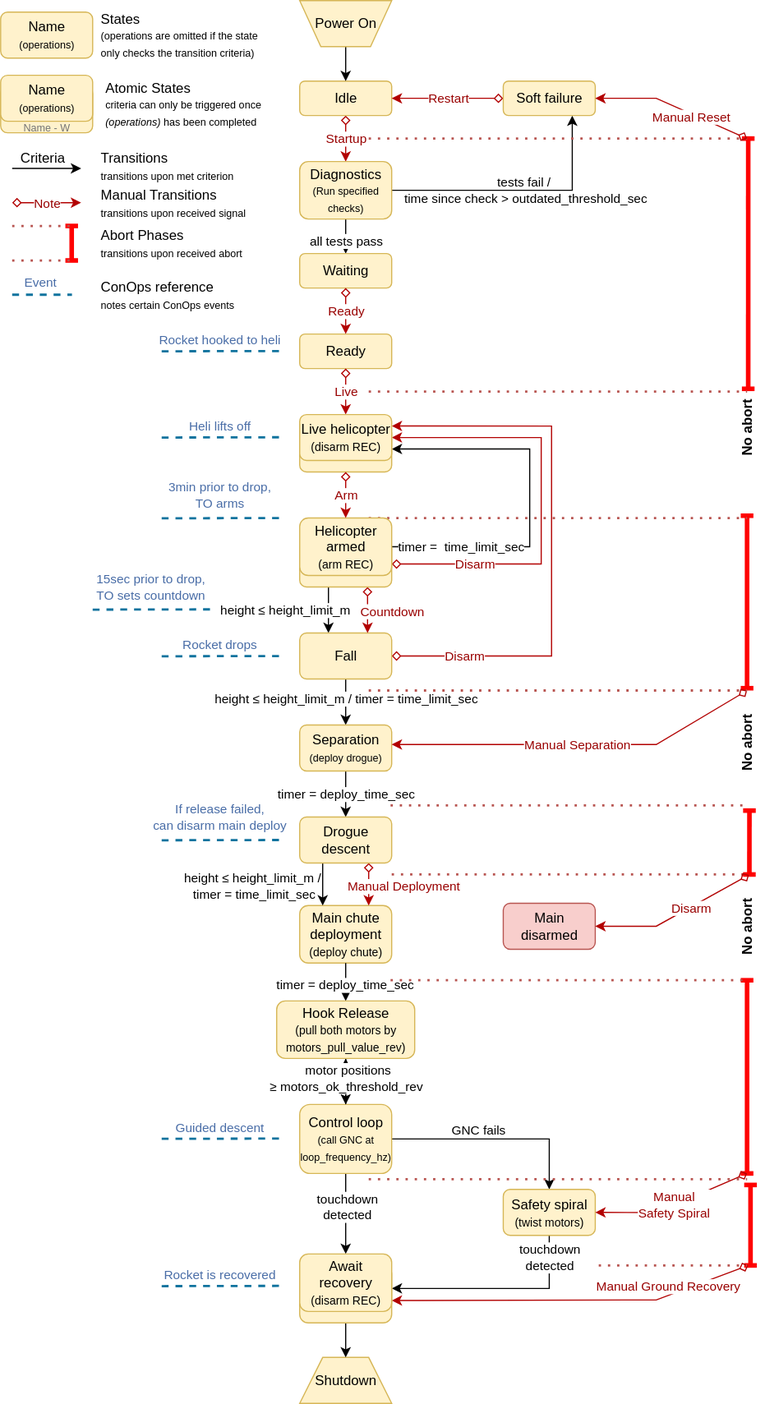
aris-space/asteria-remote-computers keeps this draw.io diagram as state-machines/separation-drop-test-state-machine.drawio.svg. Above is the earlier version. Source tidied: cells renumbered, new cells last; positions are measured from the earlier drawing's top-left corner, leaving out a move shared by most shapes.
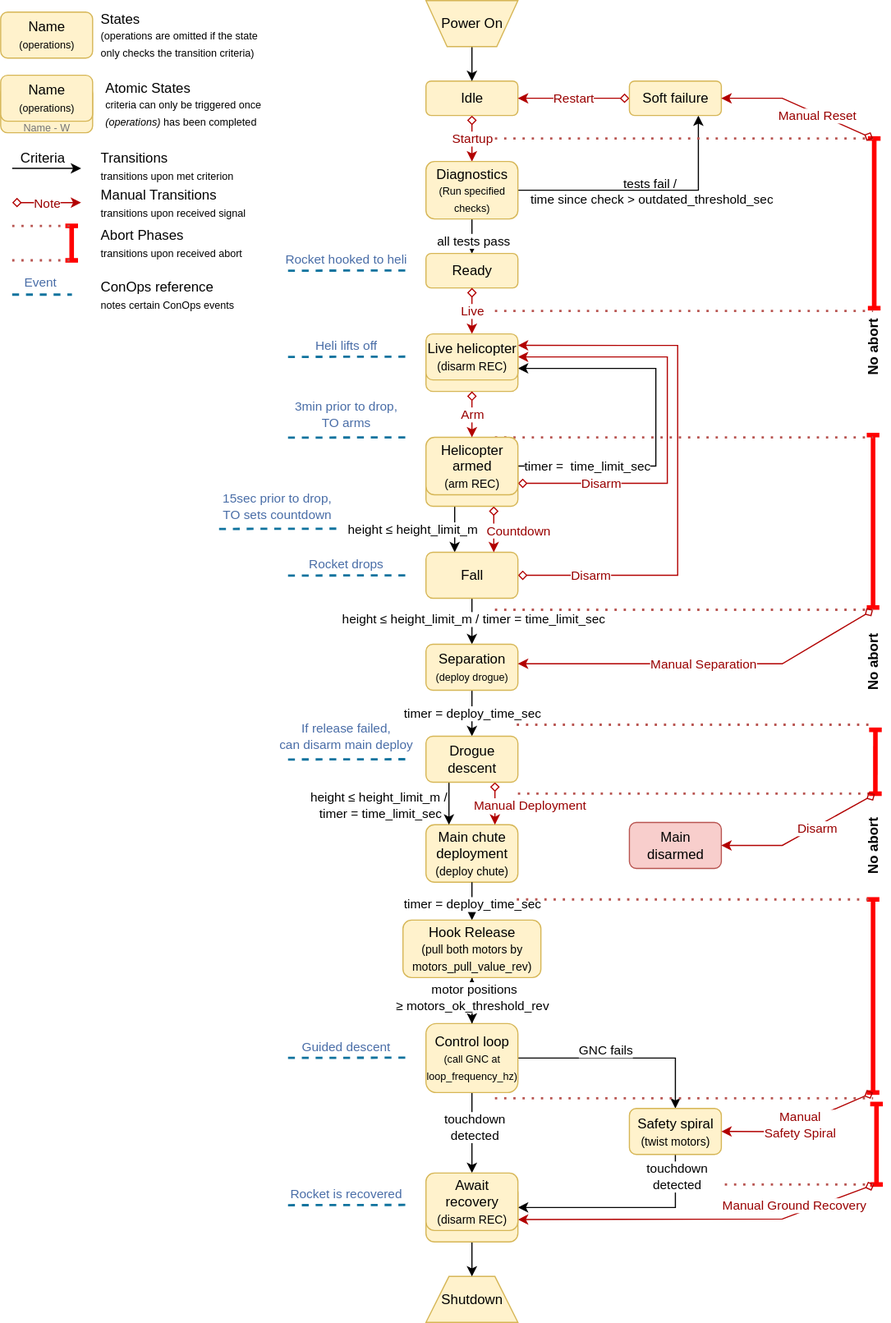
The same file after the commit.

Commit message:
Remove the unnecessary Waiting state from the state machine diagram

Diff of the diagram source:
```diff
@@ -9,16 +9,18 @@
       <mxGeometry relative="1" as="geometry" />
     </mxCell>
     <mxCell id="4" value="Idle" style="rounded=1;whiteSpace=wrap;html=1;fillColor=#fff2cc;strokeColor=#d6b656;" parent="1" vertex="1">
-      <mxGeometry x="260" y="70" width="80" height="30" as="geometry" />
+      <mxGeometry x="260" y="140" width="80" height="30" as="geometry" />
     </mxCell>
     <mxCell id="5" style="edgeStyle=orthogonalEdgeStyle;rounded=0;jettySize=auto;html=1;" parent="1" edge="1" source="6" target="4">
       <mxGeometry relative="1" as="geometry" />
     </mxCell>
     <mxCell id="6" value="Power On" style="verticalLabelPosition=middle;verticalAlign=middle;html=1;shape=trapezoid;perimeter=trapezoidPerimeter;whiteSpace=wrap;size=0.23;arcSize=10;flipV=1;labelPosition=center;align=center;fillColor=#fff2cc;strokeColor=#d6b656;" parent="1" vertex="1">
-      <mxGeometry x="260" width="80" height="40" as="geometry" />
+      <mxGeometry x="260" y="70" width="80" height="40" as="geometry" />
     </mxCell>
-    <mxCell id="7" style="edgeStyle=orthogonalEdgeStyle;rounded=0;jettySize=auto;html=1;entryX=0.5;entryY=0;entryDx=0;entryDy=0;" parent="1" edge="1" source="11" target="12">
-      <mxGeometry relative="1" as="geometry" />
+    <mxCell id="7" style="edgeStyle=orthogonalEdgeStyle;rounded=0;jettySize=auto;html=1;entryX=0.5;entryY=0;entryDx=0;entryDy=0;" parent="1" edge="1" source="11">
+      <mxGeometry relative="1" as="geometry">
+        <mxPoint x="300" y="290" as="targetPoint" />
+      </mxGeometry>
     </mxCell>
     <mxCell id="8" value="all tests pass" style="edgeLabel;html=1;align=center;verticalAlign=middle;" parent="7" vertex="1">
       <mxGeometry x="-0.13" relative="1" as="geometry" />
@@ -26,7 +28,7 @@
     <mxCell id="9" style="edgeStyle=orthogonalEdgeStyle;rounded=0;jettySize=auto;html=1;entryX=0.75;entryY=1;entryDx=0;entryDy=0;exitX=1;exitY=0.5;exitDx=0;exitDy=0;" parent="1" edge="1" source="11" target="14">
       <mxGeometry relative="1" as="geometry">
         <Array as="points">
-          <mxPoint x="497" y="165" />
+          <mxPoint x="497" y="235" />
         </Array>
       </mxGeometry>
     </mxCell>
@@ -36,16 +38,13 @@
       </mxGeometry>
     </mxCell>
     <mxCell id="11" value="&lt;font&gt;Diagnostics&lt;/font&gt;&lt;div&gt;&lt;font style=&quot;font-size: 9px;&quot;&gt;(Run specified checks)&lt;br&gt;&lt;/font&gt;&lt;/div&gt;" style="rounded=1;whiteSpace=wrap;html=1;fillColor=#fff2cc;strokeColor=#d6b656;" parent="1" vertex="1">
-      <mxGeometry x="260" y="140" width="80" height="50" as="geometry" />
+      <mxGeometry x="260" y="210" width="80" height="50" as="geometry" />
     </mxCell>
-    <mxCell id="12" value="Waiting" style="rounded=1;whiteSpace=wrap;html=1;fillColor=#fff2cc;strokeColor=#d6b656;" parent="1" vertex="1">
-      <mxGeometry x="260" y="220" width="80" height="30" as="geometry" />
-    </mxCell>
     <mxCell id="13" value="&lt;font color=&quot;#990000&quot;&gt;Restart&lt;/font&gt;" style="rounded=0;jettySize=auto;html=1;strokeWidth=1;shadow=0;flowAnimation=0;strokeColor=#B20000;jumpStyle=none;jumpSize=5;startArrow=diamond;startFill=0;fillColor=#e51400;align=center;verticalAlign=middle;fontFamily=Helvetica;fontSize=11;fontColor=default;labelBackgroundColor=default;endArrow=classic;gradientColor=none;" parent="1" edge="1" source="14" target="4">
       <mxGeometry relative="1" as="geometry" />
     </mxCell>
     <mxCell id="14" value="Soft failure" style="rounded=1;whiteSpace=wrap;html=1;fillColor=#fff2cc;strokeColor=#d6b656;" parent="1" vertex="1">
-      <mxGeometry x="437" y="70" width="80" height="30" as="geometry" />
+      <mxGeometry x="437" y="140" width="80" height="30" as="geometry" />
     </mxCell>
     <mxCell id="15" style="edgeStyle=orthogonalEdgeStyle;rounded=0;orthogonalLoop=1;jettySize=auto;html=1;entryX=0.5;entryY=0;entryDx=0;entryDy=0;" parent="1" edge="1">
       <mxGeometry relative="1" as="geometry">
@@ -229,15 +228,15 @@
     </mxCell>
     <mxCell id="47" style="endArrow=baseDash;html=1;rounded=0;startArrow=baseDash;startFill=0;endFill=0;fillColor=#f8cecc;strokeColor=#FF0000;strokeWidth=4;exitX=0.855;exitY=0.533;exitDx=0;exitDy=0;exitPerimeter=0;" parent="1" edge="1" source="51">
       <mxGeometry relative="1" as="geometry">
-        <mxPoint x="650" y="120" as="targetPoint" />
+        <mxPoint x="650" y="190" as="targetPoint" />
       </mxGeometry>
     </mxCell>
     <mxCell id="48" style="endArrow=none;dashed=1;html=1;dashPattern=1 3;strokeWidth=2;rounded=0;fillColor=#f8cecc;strokeColor=#b85450;" parent="1" edge="1">
       <mxGeometry relative="1" as="geometry">
-        <mxPoint x="320" y="120" as="sourcePoint" />
-        <mxPoint x="649" y="120" as="targetPoint" />
+        <mxPoint x="320" y="190" as="sourcePoint" />
+        <mxPoint x="649" y="190" as="targetPoint" />
         <Array as="points">
-          <mxPoint x="539" y="120" />
+          <mxPoint x="539" y="190" />
         </Array>
       </mxGeometry>
     </mxCell>
@@ -252,9 +251,9 @@
     </mxCell>
     <mxCell id="50" value="&lt;font color=&quot;#990000&quot;&gt;Manual Reset&lt;/font&gt;" style="endArrow=classic;html=1;rounded=0;entryX=1;entryY=0.5;entryDx=0;entryDy=0;shadow=0;strokeColor=#B20000;strokeWidth=1;align=center;verticalAlign=middle;fontFamily=Helvetica;fontSize=11;fontColor=default;labelBackgroundColor=default;jumpStyle=none;jumpSize=5;startArrow=diamond;startFill=0;flowAnimation=0;fillColor=#e51400;" parent="1" edge="1" target="14">
       <mxGeometry x="-0.24" y="2" relative="1" as="geometry">
-        <mxPoint x="649" y="120" as="sourcePoint" />
+        <mxPoint x="649" y="190" as="sourcePoint" />
         <Array as="points">
-          <mxPoint x="570" y="85" />
+          <mxPoint x="570" y="155" />
         </Array>
       </mxGeometry>
     </mxCell>
@@ -408,69 +407,69 @@
     </mxCell>
     <mxCell id="77" value="&lt;font color=&quot;#990000&quot;&gt;Note&lt;/font&gt;" style="rounded=0;orthogonalLoop=1;jettySize=auto;html=1;strokeWidth=1;shadow=0;flowAnimation=0;strokeColor=#B20000;jumpStyle=none;jumpSize=5;startArrow=diamond;startFill=0;fillColor=#e51400;" parent="1" edge="1">
       <mxGeometry relative="1" as="geometry">
-        <mxPoint x="10" y="175.8" as="sourcePoint" />
-        <mxPoint x="70" y="175.8" as="targetPoint" />
+        <mxPoint x="-100" y="245.8" as="sourcePoint" />
+        <mxPoint x="-40" y="245.8" as="targetPoint" />
       </mxGeometry>
     </mxCell>
     <mxCell id="78" value="Manual Transitions&lt;div&gt;&lt;font style=&quot;font-size: 9px;&quot;&gt;transitions upon received signal&lt;/font&gt;&lt;/div&gt;" style="text;html=1;align=left;verticalAlign=middle;whiteSpace=wrap;rounded=0;" parent="1" vertex="1">
-      <mxGeometry x="85" y="161" width="145" height="30" as="geometry" />
+      <mxGeometry x="-25" y="231" width="145" height="30" as="geometry" />
     </mxCell>
     <mxCell id="79" style="endArrow=baseDash;html=1;rounded=0;startArrow=baseDash;startFill=0;endFill=0;fillColor=#f8cecc;strokeColor=#FF0000;strokeWidth=4;" parent="1" edge="1">
       <mxGeometry relative="1" as="geometry">
-        <mxPoint x="61.8" y="226" as="sourcePoint" />
-        <mxPoint x="61.8" y="196" as="targetPoint" />
+        <mxPoint x="-48.2" y="296" as="sourcePoint" />
+        <mxPoint x="-48.2" y="266" as="targetPoint" />
       </mxGeometry>
     </mxCell>
     <mxCell id="80" value="Abort Phases&lt;div&gt;&lt;font style=&quot;font-size: 9px;&quot;&gt;transitions upon received abort&lt;/font&gt;&lt;/div&gt;" style="text;html=1;align=left;verticalAlign=middle;whiteSpace=wrap;rounded=0;" parent="1" vertex="1">
-      <mxGeometry x="85" y="196" width="140" height="30" as="geometry" />
+      <mxGeometry x="-25" y="266" width="140" height="30" as="geometry" />
     </mxCell>
     <mxCell id="81" value="Name&lt;div&gt;&lt;font style=&quot;font-size: 9px;&quot;&gt;(operations)&lt;/font&gt;&lt;/div&gt;" style="rounded=1;whiteSpace=wrap;html=1;fillColor=#fff2cc;strokeColor=#d6b656;" parent="1" vertex="1">
-      <mxGeometry y="10" width="80" height="40" as="geometry" />
+      <mxGeometry x="-110" y="80" width="80" height="40" as="geometry" />
     </mxCell>
     <mxCell id="82" value="States&lt;div&gt;&lt;font style=&quot;font-size: 9px;&quot;&gt;(operations are omitted if the state only checks the transition criteria)&lt;/font&gt;&lt;/div&gt;" style="text;html=1;align=left;verticalAlign=middle;whiteSpace=wrap;rounded=0;" parent="1" vertex="1">
-      <mxGeometry x="85" width="140" height="60" as="geometry" />
+      <mxGeometry x="-25" y="70" width="140" height="60" as="geometry" />
     </mxCell>
     <mxCell id="83" style="rounded=0;orthogonalLoop=1;jettySize=auto;html=1;strokeWidth=1;shadow=0;flowAnimation=0;strokeColor=default;jumpStyle=none;jumpSize=5;startArrow=none;startFill=0;fillColor=#e51400;align=center;verticalAlign=middle;fontFamily=Helvetica;fontSize=11;fontColor=default;labelBackgroundColor=default;endArrow=classic;" parent="1" edge="1">
       <mxGeometry relative="1" as="geometry">
-        <mxPoint x="10" y="146" as="sourcePoint" />
-        <mxPoint x="70" y="146" as="targetPoint" />
+        <mxPoint x="-100" y="216" as="sourcePoint" />
+        <mxPoint x="-40" y="216" as="targetPoint" />
       </mxGeometry>
     </mxCell>
     <mxCell id="84" value="Transitions&lt;div&gt;&lt;font style=&quot;font-size: 9px;&quot;&gt;&lt;font style=&quot;&quot;&gt;transitions upon met&amp;nbsp;&lt;/font&gt;&lt;span style=&quot;background-color: transparent;&quot;&gt;&lt;font style=&quot;&quot;&gt;criterion&lt;/font&gt;&lt;/span&gt;&lt;/font&gt;&lt;/div&gt;" style="text;html=1;align=left;verticalAlign=middle;whiteSpace=wrap;rounded=0;" parent="1" vertex="1">
-      <mxGeometry x="85" y="129" width="145" height="30" as="geometry" />
+      <mxGeometry x="-25" y="199" width="145" height="30" as="geometry" />
     </mxCell>
     <mxCell id="85" value="Criteria" style="text;html=1;align=center;verticalAlign=middle;strokeColor=none;fillColor=none;" parent="1" vertex="1">
-      <mxGeometry x="6" y="122" width="60" height="30" as="geometry" />
+      <mxGeometry x="-104" y="192" width="60" height="30" as="geometry" />
     </mxCell>
     <mxCell id="86" style="endArrow=none;dashed=1;html=1;dashPattern=1 3;strokeWidth=2;rounded=0;fillColor=#f8cecc;strokeColor=#b85450;" parent="1" edge="1">
       <mxGeometry relative="1" as="geometry">
-        <mxPoint x="10" y="196" as="sourcePoint" />
-        <mxPoint x="62" y="196" as="targetPoint" />
+        <mxPoint x="-100" y="266" as="sourcePoint" />
+        <mxPoint x="-48" y="266" as="targetPoint" />
       </mxGeometry>
     </mxCell>
     <mxCell id="87" style="endArrow=none;dashed=1;html=1;dashPattern=1 3;strokeWidth=2;rounded=0;fillColor=#f8cecc;strokeColor=#b85450;" parent="1" edge="1">
       <mxGeometry relative="1" as="geometry">
-        <mxPoint x="10" y="226" as="sourcePoint" />
-        <mxPoint x="62" y="226" as="targetPoint" />
+        <mxPoint x="-100" y="296" as="sourcePoint" />
+        <mxPoint x="-48" y="296" as="targetPoint" />
       </mxGeometry>
     </mxCell>
     <mxCell id="88" value="&lt;div&gt;&lt;font style=&quot;&quot;&gt;ConOps reference&lt;/font&gt;&lt;/div&gt;&lt;div&gt;&lt;font style=&quot;font-size: 9px;&quot;&gt;notes certain ConOps events&lt;/font&gt;&lt;/div&gt;" style="text;html=1;align=left;verticalAlign=middle;whiteSpace=wrap;rounded=0;" parent="1" vertex="1">
-      <mxGeometry x="85" y="241" width="140" height="30" as="geometry" />
+      <mxGeometry x="-25" y="311" width="140" height="30" as="geometry" />
     </mxCell>
     <mxCell id="89" value="&lt;font style=&quot;color: light-dark(rgb(73, 109, 167), rgb(237, 237, 237));&quot;&gt;Event&lt;/font&gt;" style="endArrow=none;dashed=1;html=1;strokeWidth=2;rounded=0;fillColor=#b1ddf0;strokeColor=#10739e;endFill=0;startFill=0;" parent="1" edge="1">
       <mxGeometry x="-0.08" y="11" relative="1" as="geometry">
-        <mxPoint x="10" y="255.8" as="sourcePoint" />
-        <mxPoint x="62" y="255.8" as="targetPoint" />
+        <mxPoint x="-100" y="325.8" as="sourcePoint" />
+        <mxPoint x="-48" y="325.8" as="targetPoint" />
       </mxGeometry>
     </mxCell>
     <mxCell id="90" value="&lt;div&gt;&lt;font color=&quot;#757575&quot;&gt;&lt;br&gt;&lt;/font&gt;&lt;/div&gt;&lt;div&gt;&lt;font color=&quot;#757575&quot;&gt;&lt;br&gt;&lt;/font&gt;&lt;/div&gt;&lt;font style=&quot;font-size: 9px;&quot; color=&quot;#757575&quot;&gt;Name - W&lt;/font&gt;" style="rounded=1;whiteSpace=wrap;html=1;fillColor=#fff2cc;strokeColor=#d6b656;" parent="1" vertex="1">
-      <mxGeometry y="75" width="80" height="40" as="geometry" />
+      <mxGeometry x="-110" y="145" width="80" height="40" as="geometry" />
     </mxCell>
     <mxCell id="91" value="Name&lt;div&gt;&lt;font style=&quot;font-size: 9px;&quot;&gt;(operations)&lt;/font&gt;&lt;/div&gt;" style="rounded=1;whiteSpace=wrap;html=1;fillColor=#fff2cc;strokeColor=#d6b656;" parent="1" vertex="1">
-      <mxGeometry y="65" width="80" height="40" as="geometry" />
+      <mxGeometry x="-110" y="135" width="80" height="40" as="geometry" />
     </mxCell>
     <mxCell id="92" value="&lt;div&gt;Atomic States&lt;/div&gt;&lt;div&gt;&lt;span style=&quot;background-color: initial;&quot;&gt;&lt;font style=&quot;font-size: 9px;&quot;&gt;criteria can only be triggered once &lt;i&gt;(operations)&lt;/i&gt; has been completed&lt;/font&gt;&lt;/span&gt;&lt;/div&gt;" style="text;html=1;align=left;verticalAlign=middle;whiteSpace=wrap;rounded=0;" parent="1" vertex="1">
-      <mxGeometry x="89" y="60" width="140" height="60" as="geometry" />
+      <mxGeometry x="-21" y="130" width="140" height="60" as="geometry" />
     </mxCell>
     <mxCell id="93" value="&lt;div&gt;&lt;br&gt;&lt;/div&gt;" style="rounded=1;whiteSpace=wrap;html=1;fillColor=#fff2cc;strokeColor=#d6b656;" parent="1" vertex="1">
       <mxGeometry x="260" y="370" width="80" height="40" as="geometry" />
@@ -493,8 +492,5 @@
     <mxCell id="99" value="Await recovery&lt;div&gt;&lt;font size=&quot;1&quot;&gt;(disarm REC)&lt;/font&gt;&lt;/div&gt;" style="rounded=1;whiteSpace=wrap;html=1;fillColor=#fff2cc;strokeColor=#d6b656;" parent="1" vertex="1">
       <mxGeometry x="260" y="1090" width="80" height="50" as="geometry" />
     </mxCell>
-    <mxCell id="100" value="&lt;font color=&quot;#990000&quot;&gt;Ready&lt;/font&gt;" style="edgeStyle=orthogonalEdgeStyle;rounded=0;jettySize=auto;html=1;entryX=0.5;entryY=0;entryDx=0;entryDy=0;shadow=0;strokeColor=#B20000;strokeWidth=1;align=center;verticalAlign=middle;fontFamily=Helvetica;fontSize=11;fontColor=default;labelBackgroundColor=default;jumpStyle=none;jumpSize=5;startArrow=diamond;startFill=0;endArrow=classic;flowAnimation=0;fillColor=#e51400;exitX=0.5;exitY=1;exitDx=0;exitDy=0;" parent="1" edge="1" source="12" target="61">
-      <mxGeometry relative="1" as="geometry" />
-    </mxCell>
   </root>
 </mxGraphModel>
```
